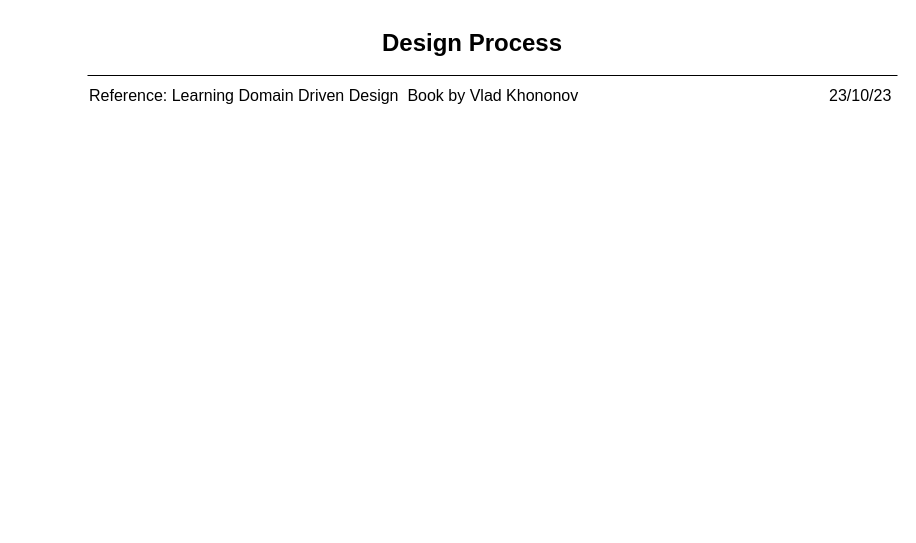
This is page "2 Design Process LDDD" (3 of 3) of SolutionArchitectureProcess.drawio from Gaur4vGaur/probable-octo, a draw.io file, before an edit. Source tidied: cells renumbered, new cells numbered last; positions are measured from the earlier drawing's top-left corner, leaving out a move shared by most shapes. Both pictures are drawn from the tidied source at 100%, with x=0, y=0 at pixel (67, 35).
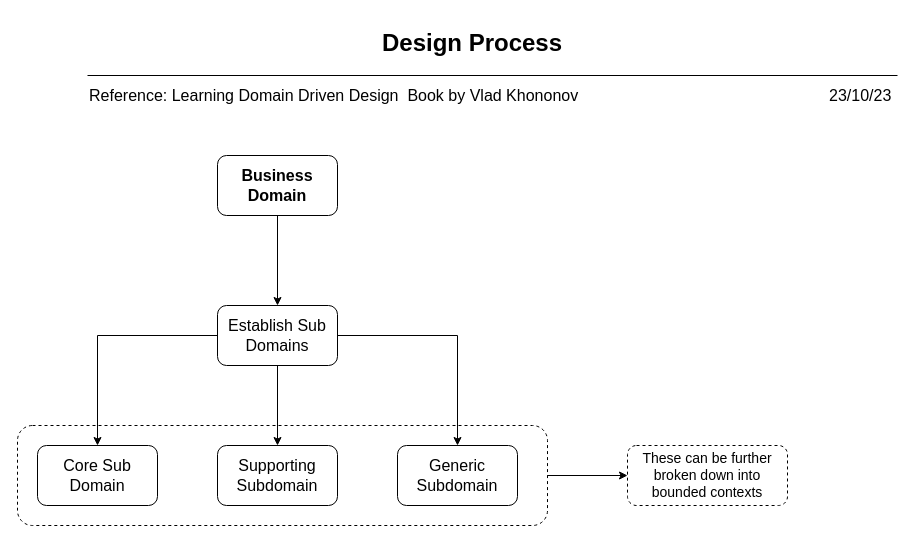
After the change.

The edit, as a diff of the source:
```diff
@@
 <mxGraphModel>
   <root>
     <mxCell id="0" />
     <mxCell id="1" parent="0" />
+    <mxCell id="6" style="edgeStyle=orthogonalEdgeStyle;rounded=0;jettySize=auto;html=1;" parent="1" edge="1" source="7" target="17">
+      <mxGeometry relative="1" as="geometry" />
+    </mxCell>
+    <mxCell id="7" style="rounded=1;whiteSpace=wrap;html=1;dashed=1;" parent="1" vertex="1">
+      <mxGeometry x="-50" y="390" width="530" height="100" as="geometry" />
+    </mxCell>
     <mxCell id="2" value="&lt;span style=&quot;border-color: var(--border-color);&quot;&gt;&lt;font style=&quot;border-color: var(--border-color); font-size: 16px;&quot;&gt;Reference:&amp;nbsp;&lt;/font&gt;&lt;/span&gt;&lt;font style=&quot;font-size: 16px;&quot;&gt;Learning Domain Driven Design&amp;nbsp;&amp;nbsp;Book by Vlad Khononov&lt;/font&gt;" style="text;html=1;strokeColor=none;fillColor=none;align=left;verticalAlign=middle;whiteSpace=wrap;rounded=0;" parent="1" vertex="1">
       <mxGeometry x="20" y="50" width="560" height="20" as="geometry" />
     </mxCell>
     <mxCell id="3" value="&lt;span style=&quot;border-color: var(--border-color);&quot;&gt;&lt;font style=&quot;border-color: var(--border-color); font-size: 16px;&quot;&gt;23/10/23&lt;/font&gt;&lt;/span&gt;" style="text;html=1;strokeColor=none;fillColor=none;align=left;verticalAlign=middle;whiteSpace=wrap;rounded=0;" parent="1" vertex="1">
       <mxGeometry x="760" y="50" width="70" height="20" as="geometry" />
     </mxCell>
     <mxCell id="4" style="endArrow=none;html=1;rounded=0;" parent="1" edge="1">
       <mxGeometry relative="1" as="geometry">
         <mxPoint x="20" y="40" as="sourcePoint" />
         <mxPoint x="830" y="40" as="targetPoint" />
       </mxGeometry>
     </mxCell>
     <mxCell id="5" value="&lt;p style=&quot;border-color: var(--border-color); text-align: left;&quot;&gt;&lt;b style=&quot;border-color: var(--border-color);&quot;&gt;&lt;font style=&quot;border-color: var(--border-color); font-size: 24px;&quot;&gt;Design Process&lt;/font&gt;&lt;/b&gt;&lt;/p&gt;&lt;div style=&quot;border-color: var(--border-color);&quot;&gt;&lt;br style=&quot;border-color: var(--border-color);&quot;&gt;&lt;/div&gt;" style="text;html=1;strokeColor=none;fillColor=none;align=center;verticalAlign=middle;whiteSpace=wrap;rounded=0;" parent="1" vertex="1">
       <mxGeometry width="810" height="30" as="geometry" />
     </mxCell>
+    <mxCell id="8" style="edgeStyle=orthogonalEdgeStyle;rounded=0;jettySize=auto;html=1;" parent="1" edge="1" source="9" target="13">
+      <mxGeometry relative="1" as="geometry" />
+    </mxCell>
+    <mxCell id="9" value="Business Domain" style="rounded=1;whiteSpace=wrap;html=1;fontStyle=1;fontSize=16;" parent="1" vertex="1">
+      <mxGeometry x="150" y="120" width="120" height="60" as="geometry" />
+    </mxCell>
+    <mxCell id="10" style="edgeStyle=orthogonalEdgeStyle;rounded=0;jettySize=auto;html=1;" parent="1" edge="1" source="13" target="14">
+      <mxGeometry relative="1" as="geometry" />
+    </mxCell>
+    <mxCell id="11" style="edgeStyle=orthogonalEdgeStyle;rounded=0;jettySize=auto;html=1;" parent="1" edge="1" source="13" target="15">
+      <mxGeometry relative="1" as="geometry" />
+    </mxCell>
+    <mxCell id="12" style="edgeStyle=orthogonalEdgeStyle;rounded=0;jettySize=auto;html=1;" parent="1" edge="1" source="13" target="16">
+      <mxGeometry relative="1" as="geometry" />
+    </mxCell>
+    <mxCell id="13" value="Establish Sub Domains" style="whiteSpace=wrap;html=1;fontSize=16;rounded=1;fontStyle=0;" parent="1" vertex="1">
+      <mxGeometry x="150" y="270" width="120" height="60" as="geometry" />
+    </mxCell>
+    <mxCell id="14" value="Core Sub Domain" style="whiteSpace=wrap;html=1;fontSize=16;rounded=1;fontStyle=0;" parent="1" vertex="1">
+      <mxGeometry x="-30" y="410" width="120" height="60" as="geometry" />
+    </mxCell>
+    <mxCell id="15" value="Supporting Subdomain" style="whiteSpace=wrap;html=1;fontSize=16;rounded=1;fontStyle=0;" parent="1" vertex="1">
+      <mxGeometry x="150" y="410" width="120" height="60" as="geometry" />
+    </mxCell>
+    <mxCell id="16" value="Generic Subdomain" style="whiteSpace=wrap;html=1;fontSize=16;rounded=1;fontStyle=0;" parent="1" vertex="1">
+      <mxGeometry x="330" y="410" width="120" height="60" as="geometry" />
+    </mxCell>
+    <mxCell id="17" value="These can be further broken down into bounded contexts" style="whiteSpace=wrap;html=1;rounded=1;dashed=1;fontSize=14;" parent="1" vertex="1">
+      <mxGeometry x="560" y="410" width="160" height="60" as="geometry" />
+    </mxCell>
   </root>
 </mxGraphModel>
```
